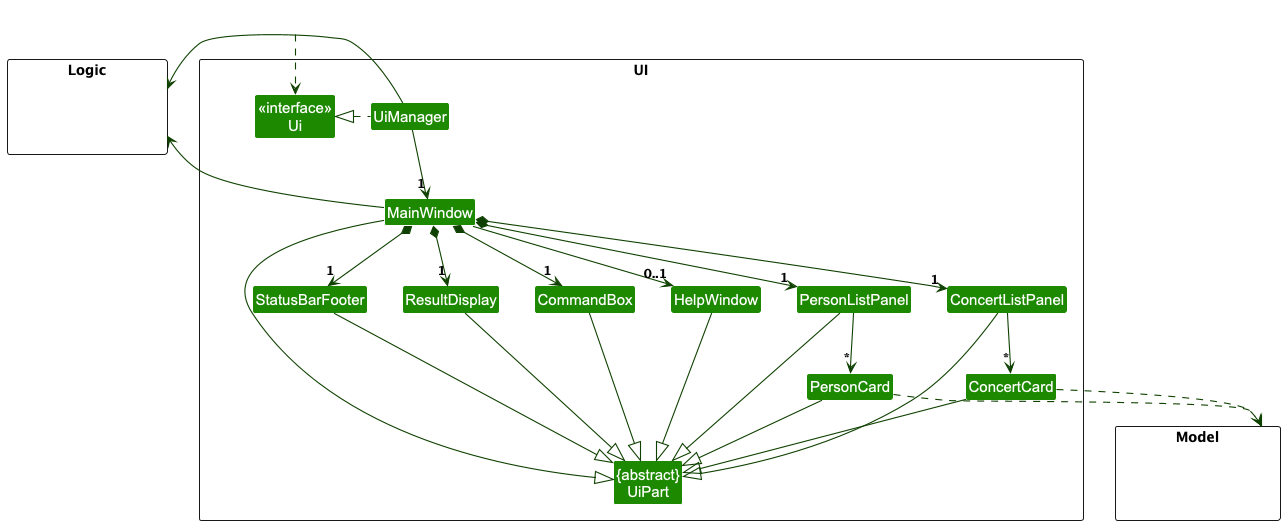
nus-cs2103-AY2425S1/tp keeps this PlantUML diagram as docs/images/UiClassDiagramNew.png. Above is the earlier version.
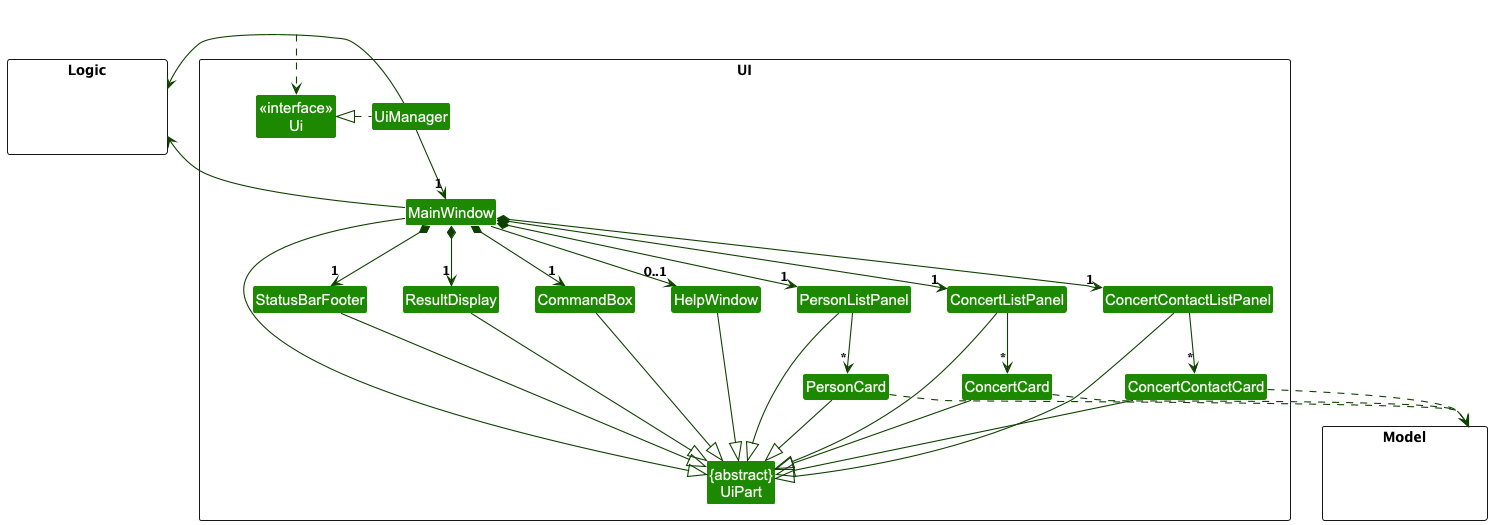
After the commit.

Change to the diagram source:
```diff
@@ -15,6 +15,8 @@
 Class PersonCard
 Class ConcertListPanel
 Class ConcertCard
+Class ConcertContactListPanel
+Class ConcertContactCard
 Class StatusBarFooter
 Class CommandBox
 }
@@ -36,11 +38,13 @@
 MainWindow *-down-> "1" ResultDisplay
 MainWindow *-down-> "1" PersonListPanel
 MainWindow *-down-> "1" ConcertListPanel
+MainWindow *-down-> "1" ConcertContactListPanel
 MainWindow *-down-> "1" StatusBarFooter
 MainWindow --> "0..1" HelpWindow
 
 PersonListPanel -down-> "*" PersonCard
 ConcertListPanel -down-> "*" ConcertCard
+ConcertContactListPanel -down-> "*" ConcertContactCard
 
 MainWindow -left-|> UiPart
 
@@ -50,11 +54,14 @@
 PersonCard --|> UiPart
 ConcertListPanel --|> UiPart
 ConcertCard --|> UiPart
+ConcertContactListPanel --|> UiPart
+ConcertContactCard --|> UiPart
 StatusBarFooter --|> UiPart
 HelpWindow --|> UiPart
 
 PersonCard ..> Model
 ConcertCard ..> Model
+ConcertContactCard ..> Model
 UiManager -right-> Logic
 MainWindow -left-> Logic
 
```
